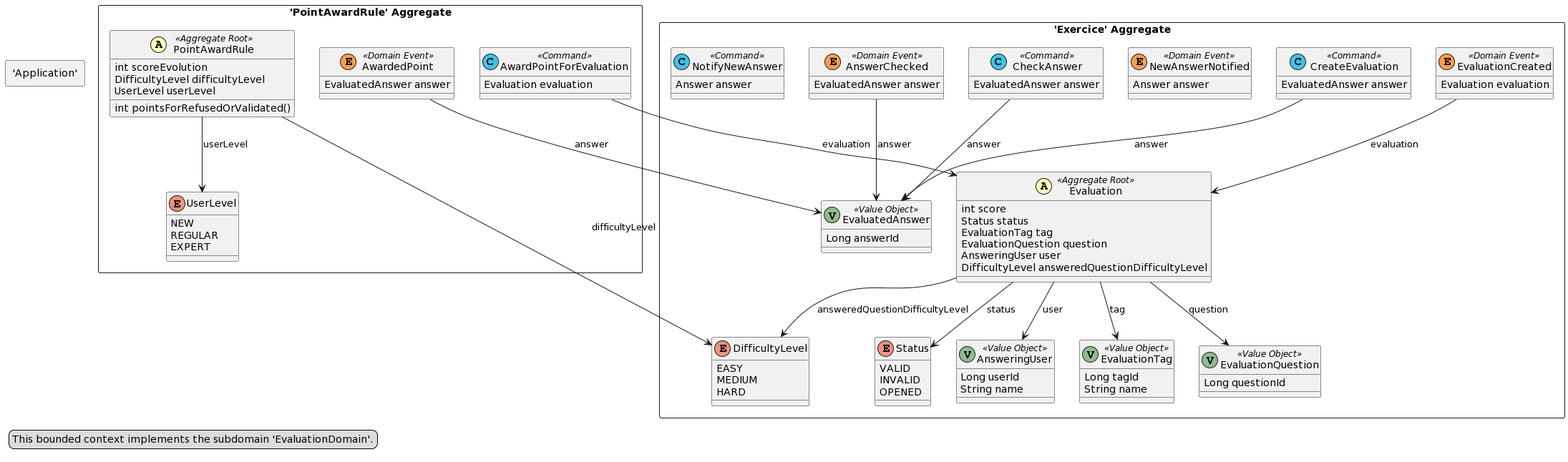
Earlier version of the PlantUML export doc/dist/src-gen/gamedev_BC_EvaluationContext.png (esgi-lyon/question-ddd).
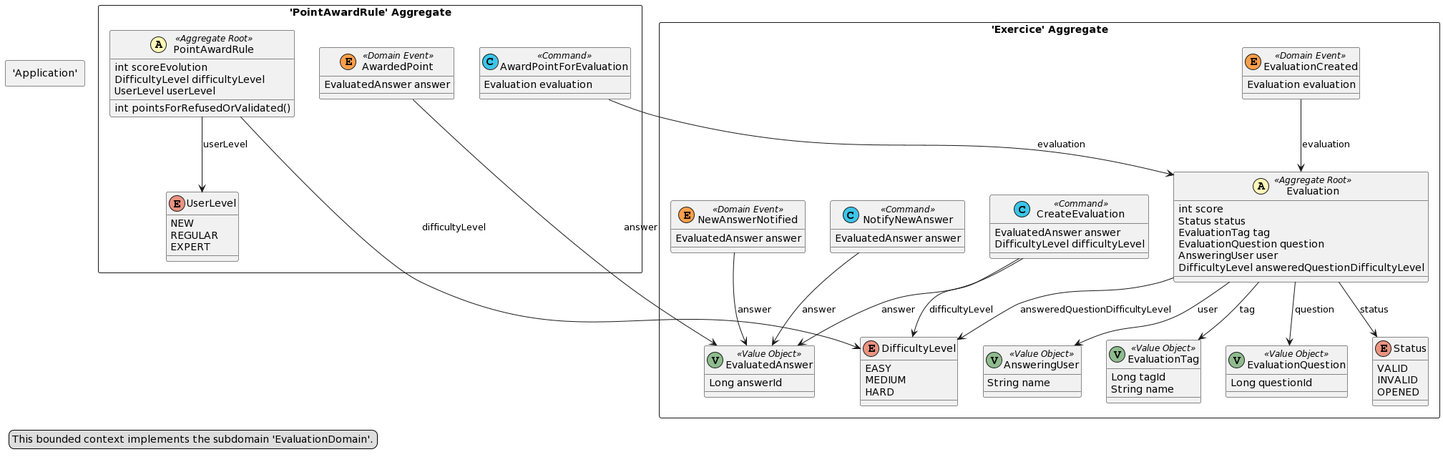
Above is the later version.

Change to the diagram source:
```diff
@@ -21,7 +21,6 @@
 		HARD
 	}
 	class AnsweringUser <<(V,DarkSeaGreen) Value Object>> {
-		Long userId
 		String name
 	}
 	class EvaluationTag <<(V,DarkSeaGreen) Value Object>> {
@@ -34,23 +33,18 @@
 	class EvaluatedAnswer <<(V,DarkSeaGreen) Value Object>> {
 		Long answerId
 	}
-	class AnswerChecked <<(E,#ff9f4b) Domain Event>> {
-		EvaluatedAnswer answer
-	}
 	class EvaluationCreated <<(E,#ff9f4b) Domain Event>> {
 		Evaluation evaluation
 	}
 	class NewAnswerNotified <<(E,#ff9f4b) Domain Event>> {
-		Answer answer
-	}
-	class CheckAnswer <<(C,#3bc5e9) Command>> {
 		EvaluatedAnswer answer
 	}
 	class CreateEvaluation <<(C,#3bc5e9) Command>> {
 		EvaluatedAnswer answer
+		DifficultyLevel difficultyLevel
 	}
 	class NotifyNewAnswer <<(C,#3bc5e9) Command>> {
-		Answer answer
+		EvaluatedAnswer answer
 	}
 }
 package "'PointAwardRule' Aggregate" <<Rectangle>> {
@@ -79,16 +73,17 @@
 }
 CreateEvaluation --> EvaluatedAnswer : answer
 Evaluation --> Status : status
-CheckAnswer --> EvaluatedAnswer : answer
 AwardPointForEvaluation --> Evaluation : evaluation
+CreateEvaluation --> DifficultyLevel : difficultyLevel
 Evaluation --> DifficultyLevel : answeredQuestionDifficultyLevel
 AwardedPoint --> EvaluatedAnswer : answer
-AnswerChecked --> EvaluatedAnswer : answer
 Evaluation --> EvaluationTag : tag
+NewAnswerNotified --> EvaluatedAnswer : answer
 PointAwardRule --> UserLevel : userLevel
 PointAwardRule --> DifficultyLevel : difficultyLevel
 Evaluation --> AnsweringUser : user
 Evaluation --> EvaluationQuestion : question
+NotifyNewAnswer --> EvaluatedAnswer : answer
 EvaluationCreated --> Evaluation : evaluation
 legend left
   This bounded context implements the subdomain 'EvaluationDomain'.
```
